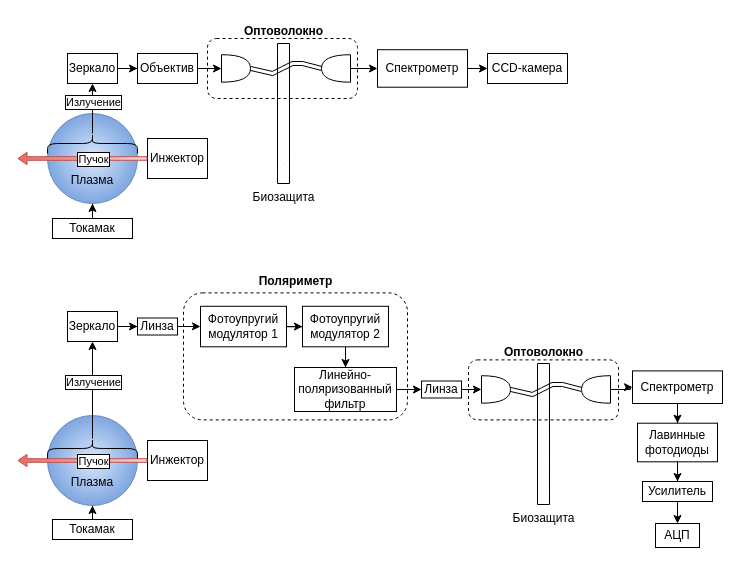
Above: Диаграмма без названия.drawio in Mr-Boshi/diagrams (draw.io), before the change. Source tidied: cells renumbered, new cells numbered last; positions are measured from the earlier drawing's top-left corner, leaving out a move shared by most shapes. Both pictures are drawn from the tidied source at 100%, with x=0, y=0 at pixel (17, 16).
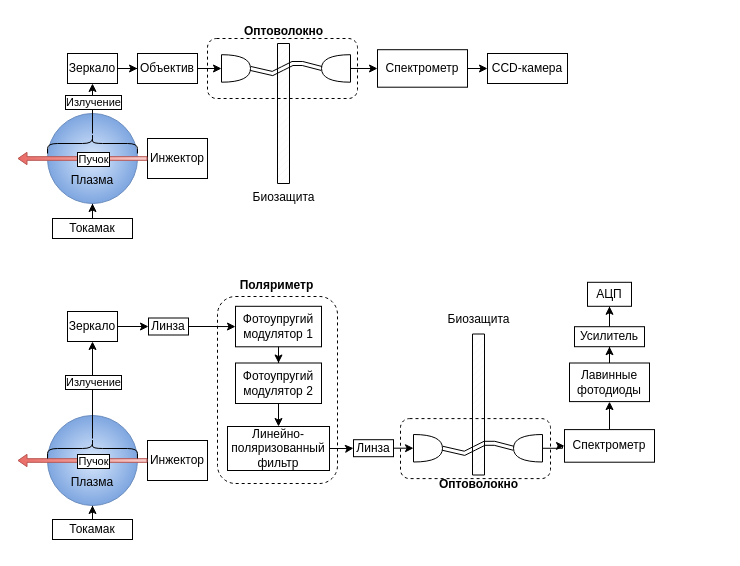
After the change.

What changed in the source:
```diff
@@
+    <mxCell id="40" style="rounded=1;whiteSpace=wrap;html=1;dashed=1;fillColor=none;" parent="1" vertex="1">
+      <mxGeometry x="200" y="280" width="120" height="187" as="geometry" />
+    </mxCell>
@@
     <mxCell id="32" value="Линза" style="rounded=0;whiteSpace=wrap;html=1;" parent="1" vertex="1">
-      <mxGeometry x="120" y="301.5" width="40" height="17" as="geometry" />
+      <mxGeometry x="131" y="301.5" width="40" height="17" as="geometry" />
     </mxCell>
@@
     <mxCell id="34" value="Фотоупругий модулятор 1" style="rounded=0;whiteSpace=wrap;html=1;" parent="1" vertex="1">
-      <mxGeometry x="183" y="289.8" width="86" height="40.5" as="geometry" />
+      <mxGeometry x="218" y="289.8" width="86" height="40.5" as="geometry" />
     </mxCell>
-    <mxCell id="35" style="edgeStyle=orthogonalEdgeStyle;rounded=0;jettySize=auto;html=1;exitX=1;exitY=0.5;exitDx=0;exitDy=0;entryX=0;entryY=0.5;entryDx=0;entryDy=0;" parent="1" edge="1" source="36" target="39">
+    <mxCell id="35" style="edgeStyle=orthogonalEdgeStyle;rounded=0;jettySize=auto;html=1;entryX=0;entryY=0.5;entryDx=0;entryDy=0;" parent="1" edge="1" source="36" target="39">
       <mxGeometry relative="1" as="geometry" />
     </mxCell>
     <mxCell id="36" value="Линейно-поляризованный фильтр" style="rounded=0;whiteSpace=wrap;html=1;" parent="1" vertex="1">
-      <mxGeometry x="277" y="351" width="102" height="44" as="geometry" />
+      <mxGeometry x="210" y="410" width="102" height="44" as="geometry" />
     </mxCell>
@@
     <mxCell id="38" value="Фотоупругий модулятор 2" style="rounded=0;whiteSpace=wrap;html=1;" parent="1" vertex="1">
-      <mxGeometry x="285" y="289.8" width="86" height="40.5" as="geometry" />
+      <mxGeometry x="218" y="346.5" width="86" height="40.5" as="geometry" />
     </mxCell>
     <mxCell id="39" value="Линза" style="rounded=0;whiteSpace=wrap;html=1;" parent="1" vertex="1">
-      <mxGeometry x="404" y="364.5" width="40" height="17" as="geometry" />
+      <mxGeometry x="336" y="423.2" width="40" height="17" as="geometry" />
     </mxCell>
-    <mxCell id="40" style="rounded=1;whiteSpace=wrap;html=1;dashed=1;fillColor=none;" parent="1" vertex="1">
-      <mxGeometry x="166" y="276.4" width="224" height="127" as="geometry" />
-    </mxCell>
     <mxCell id="41" value="Поляриметр" style="text;html=1;align=center;verticalAlign=middle;strokeColor=none;fillColor=none;fontStyle=1;" parent="1" vertex="1">
-      <mxGeometry x="233" y="250" width="90" height="30" as="geometry" />
+      <mxGeometry x="214" y="254" width="90" height="30" as="geometry" />
     </mxCell>
-    <mxCell id="42" style="edgeStyle=orthogonalEdgeStyle;rounded=0;jettySize=auto;html=1;" parent="1" edge="1" source="43" target="45">
+    <mxCell id="42" style="edgeStyle=orthogonalEdgeStyle;rounded=0;jettySize=auto;html=1;entryX=0.5;entryY=1;entryDx=0;entryDy=0;" parent="1" edge="1" source="43" target="45">
       <mxGeometry relative="1" as="geometry" />
     </mxCell>
     <mxCell id="43" value="Спектрометр" style="rounded=0;whiteSpace=wrap;html=1;" parent="1" vertex="1">
-      <mxGeometry x="615" y="354.4" width="90" height="32.6" as="geometry" />
+      <mxGeometry x="547" y="413.1" width="90" height="32.6" as="geometry" />
     </mxCell>
-    <mxCell id="44" style="edgeStyle=orthogonalEdgeStyle;rounded=0;jettySize=auto;html=1;entryX=0.5;entryY=0;entryDx=0;entryDy=0;" parent="1" edge="1" source="45" target="60">
+    <mxCell id="44" style="edgeStyle=orthogonalEdgeStyle;rounded=0;jettySize=auto;html=1;entryX=0.5;entryY=1;entryDx=0;entryDy=0;" parent="1" edge="1" source="45" target="60">
       <mxGeometry relative="1" as="geometry" />
     </mxCell>
     <mxCell id="45" value="Лавинные фотодиоды" style="rounded=0;whiteSpace=wrap;html=1;" parent="1" vertex="1">
-      <mxGeometry x="620" y="406.7" width="80" height="38.6" as="geometry" />
+      <mxGeometry x="552" y="346.5" width="80" height="38.6" as="geometry" />
     </mxCell>
@@
-    <mxCell id="51" value="Биозащита" style="verticalLabelPosition=bottom;verticalAlign=top;html=1;shape=mxgraph.basic.patternFillRect;fillStyle=diag;step=5;fillStrokeWidth=0.2;fillStrokeColor=#dddddd;" parent="1" vertex="1">
-      <mxGeometry x="520" y="347" width="12" height="141" as="geometry" />
+    <mxCell id="51" style="verticalLabelPosition=bottom;verticalAlign=top;html=1;shape=mxgraph.basic.patternFillRect;fillStyle=diag;step=5;fillStrokeWidth=0.2;fillStrokeColor=#dddddd;" parent="1" vertex="1">
+      <mxGeometry x="455" y="317.5" width="12" height="141" as="geometry" />
     </mxCell>
     <mxCell id="52" style="curved=1;endArrow=classic;html=1;rounded=0;exitX=1;exitY=0.5;exitDx=0;exitDy=0;entryX=1;entryY=0.5;entryDx=0;entryDy=0;shape=link;entryPerimeter=0;exitPerimeter=0;" parent="1" edge="1" source="53" target="55">
       <mxGeometry relative="1" as="geometry">
         <Array as="points">
-          <mxPoint x="515" y="378" />
-          <mxPoint x="525" y="373" />
-          <mxPoint x="535" y="368" />
-          <mxPoint x="545" y="368" />
+          <mxPoint x="447" y="436.8" />
+          <mxPoint x="457" y="431.8" />
+          <mxPoint x="467" y="426.8" />
+          <mxPoint x="477" y="426.8" />
         </Array>
       </mxGeometry>
     </mxCell>
     <mxCell id="53" style="shape=or;whiteSpace=wrap;html=1;" parent="1" vertex="1">
-      <mxGeometry x="464" y="359.2" width="29" height="27.5" as="geometry" />
+      <mxGeometry x="396" y="418" width="29" height="27.5" as="geometry" />
     </mxCell>
@@
     <mxCell id="55" style="shape=or;whiteSpace=wrap;html=1;rotation=-180;" parent="1" vertex="1">
-      <mxGeometry x="564" y="359.2" width="29" height="27.5" as="geometry" />
+      <mxGeometry x="496" y="418" width="29" height="27.5" as="geometry" />
     </mxCell>
     <mxCell id="56" value="Оптоволокно" style="text;html=1;align=center;verticalAlign=middle;strokeColor=none;fillColor=none;fontStyle=1;" parent="1" vertex="1">
-      <mxGeometry x="476" y="321.2" width="100" height="30" as="geometry" />
+      <mxGeometry x="411" y="452.5" width="100" height="30" as="geometry" />
     </mxCell>
@@
     <mxCell id="58" value="&lt;div&gt;&lt;br&gt;&lt;/div&gt;" style="rounded=1;whiteSpace=wrap;html=1;fillColor=none;dashed=1;" parent="1" vertex="1">
-      <mxGeometry x="451" y="343.4" width="150" height="60" as="geometry" />
+      <mxGeometry x="383" y="402.1" width="150" height="60" as="geometry" />
     </mxCell>
-    <mxCell id="59" style="edgeStyle=orthogonalEdgeStyle;rounded=0;jettySize=auto;html=1;" parent="1" edge="1" source="60" target="61">
+    <mxCell id="59" style="edgeStyle=orthogonalEdgeStyle;rounded=0;jettySize=auto;html=1;entryX=0.5;entryY=1;entryDx=0;entryDy=0;" parent="1" edge="1" source="60" target="61">
       <mxGeometry relative="1" as="geometry" />
     </mxCell>
     <mxCell id="60" value="Усилитель" style="rounded=0;whiteSpace=wrap;html=1;" parent="1" vertex="1">
-      <mxGeometry x="625" y="465" width="70" height="20" as="geometry" />
+      <mxGeometry x="557" y="310.2" width="70" height="20" as="geometry" />
     </mxCell>
     <mxCell id="61" value="АЦП" style="rounded=0;whiteSpace=wrap;html=1;" parent="1" vertex="1">
-      <mxGeometry x="638" y="507" width="44" height="24" as="geometry" />
+      <mxGeometry x="570" y="265.8" width="44" height="24" as="geometry" />
     </mxCell>
+    <mxCell id="62" value="Биозащита" style="text;html=1;align=center;verticalAlign=middle;strokeColor=none;fillColor=none;" parent="1" vertex="1">
+      <mxGeometry x="416" y="287.5" width="90" height="30" as="geometry" />
+    </mxCell>
```
